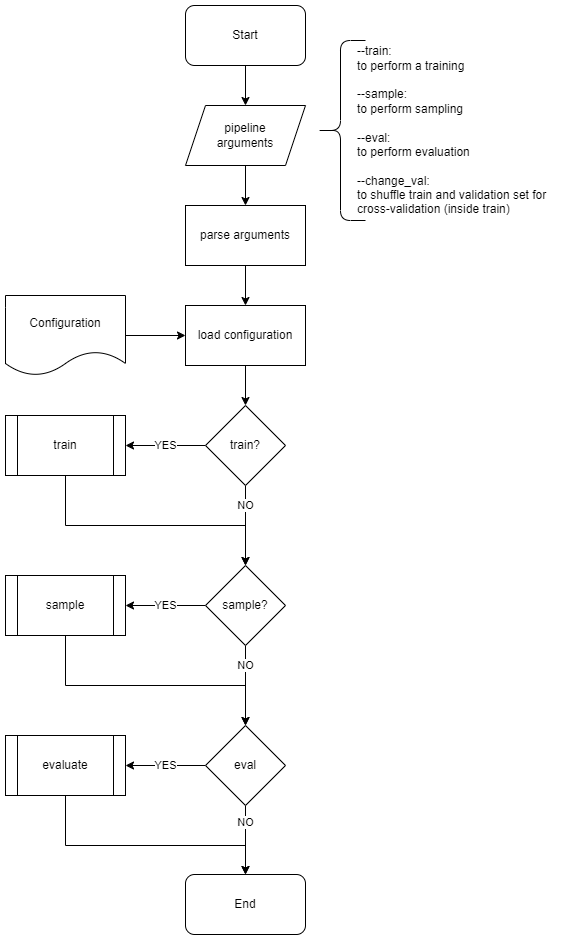
This is images/pipeline-ORIGINAL.png from SvenGroen/Masterarbeit, a draw.io export, as it was before one commit. Source tidied: cells renumbered, new cells last; positions are measured from the earlier drawing's top-left corner, leaving out a move shared by most shapes. The source it was exported from:
```xml
<mxGraphModel>
  <root>
    <mxCell id="0" />
    <mxCell id="1" parent="0" />
    <mxCell id="2" style="edgeStyle=orthogonalEdgeStyle;rounded=0;jettySize=auto;html=1;entryX=0.5;entryY=0;entryDx=0;entryDy=0;" parent="1" edge="1" source="3" target="8">
      <mxGeometry relative="1" as="geometry" />
    </mxCell>
    <mxCell id="3" value="Start" style="rounded=1;whiteSpace=wrap;html=1;" parent="1" vertex="1">
      <mxGeometry x="180" width="120" height="60" as="geometry" />
    </mxCell>
    <mxCell id="4" value="End" style="rounded=1;whiteSpace=wrap;html=1;" parent="1" vertex="1">
      <mxGeometry x="180" y="869" width="120" height="60" as="geometry" />
    </mxCell>
    <mxCell id="5" style="edgeStyle=orthogonalEdgeStyle;rounded=0;jettySize=auto;html=1;" parent="1" edge="1" source="6" target="12">
      <mxGeometry relative="1" as="geometry" />
    </mxCell>
    <mxCell id="6" value="Configuration" style="shape=document;whiteSpace=wrap;html=1;boundedLbl=1;" parent="1" vertex="1">
      <mxGeometry y="290" width="120" height="80" as="geometry" />
    </mxCell>
    <mxCell id="7" style="edgeStyle=orthogonalEdgeStyle;rounded=0;jettySize=auto;html=1;entryX=0.5;entryY=0;entryDx=0;entryDy=0;" parent="1" edge="1" source="8" target="10">
      <mxGeometry relative="1" as="geometry" />
    </mxCell>
    <mxCell id="8" value="pipeline &lt;br&gt;arguments" style="shape=parallelogram;perimeter=parallelogramPerimeter;whiteSpace=wrap;html=1;fixedSize=1;" parent="1" vertex="1">
      <mxGeometry x="180" y="100" width="120" height="60" as="geometry" />
    </mxCell>
    <mxCell id="9" style="edgeStyle=orthogonalEdgeStyle;rounded=0;jettySize=auto;html=1;entryX=0.5;entryY=0;entryDx=0;entryDy=0;" parent="1" edge="1" source="10" target="12">
      <mxGeometry relative="1" as="geometry" />
    </mxCell>
    <mxCell id="10" value="parse arguments" style="rounded=0;whiteSpace=wrap;html=1;" parent="1" vertex="1">
      <mxGeometry x="180" y="200" width="120" height="60" as="geometry" />
    </mxCell>
    <mxCell id="11" style="edgeStyle=orthogonalEdgeStyle;rounded=0;jettySize=auto;html=1;entryX=0.5;entryY=0;entryDx=0;entryDy=0;" parent="1" edge="1" source="12" target="15">
      <mxGeometry relative="1" as="geometry" />
    </mxCell>
    <mxCell id="12" value="load configuration" style="rounded=0;whiteSpace=wrap;html=1;" parent="1" vertex="1">
      <mxGeometry x="180" y="300" width="120" height="60" as="geometry" />
    </mxCell>
    <mxCell id="13" value="YES" style="edgeStyle=orthogonalEdgeStyle;rounded=0;jettySize=auto;html=1;entryX=1;entryY=0.5;entryDx=0;entryDy=0;" parent="1" edge="1" source="15" target="26">
      <mxGeometry relative="1" as="geometry" />
    </mxCell>
    <mxCell id="14" value="NO" style="edgeStyle=orthogonalEdgeStyle;rounded=0;jettySize=auto;html=1;entryX=0.5;entryY=0;entryDx=0;entryDy=0;startArrow=none;exitX=0.5;exitY=1;exitDx=0;exitDy=0;" parent="1" edge="1" source="15" target="18">
      <mxGeometry x="-0.5" relative="1" as="geometry" />
    </mxCell>
    <mxCell id="15" value="train?" style="rhombus;whiteSpace=wrap;html=1;" parent="1" vertex="1">
      <mxGeometry x="200" y="400" width="80" height="80" as="geometry" />
    </mxCell>
    <mxCell id="16" value="YES" style="edgeStyle=orthogonalEdgeStyle;rounded=0;jettySize=auto;html=1;entryX=1;entryY=0.5;entryDx=0;entryDy=0;" parent="1" edge="1" source="18">
      <mxGeometry relative="1" as="geometry">
        <mxPoint x="120" y="600" as="targetPoint" />
      </mxGeometry>
    </mxCell>
    <mxCell id="17" value="NO" style="edgeStyle=orthogonalEdgeStyle;rounded=0;jettySize=auto;html=1;entryX=0.5;entryY=0;entryDx=0;entryDy=0;" parent="1" edge="1" source="18" target="23">
      <mxGeometry x="-0.5" relative="1" as="geometry" />
    </mxCell>
    <mxCell id="18" value="sample?" style="rhombus;whiteSpace=wrap;html=1;" parent="1" vertex="1">
      <mxGeometry x="200" y="560" width="80" height="80" as="geometry" />
    </mxCell>
    <mxCell id="19" style="edgeStyle=orthogonalEdgeStyle;rounded=0;jettySize=auto;html=1;entryX=0.5;entryY=0;entryDx=0;entryDy=0;exitX=0.5;exitY=1;exitDx=0;exitDy=0;" parent="1" edge="1" source="26" target="18">
      <mxGeometry relative="1" as="geometry">
        <Array as="points">
          <mxPoint x="60" y="520" />
          <mxPoint x="240" y="520" />
        </Array>
      </mxGeometry>
    </mxCell>
    <mxCell id="20" style="edgeStyle=orthogonalEdgeStyle;rounded=0;jettySize=auto;html=1;entryX=0.5;entryY=0;entryDx=0;entryDy=0;exitX=0.5;exitY=1;exitDx=0;exitDy=0;" parent="1" edge="1" source="27" target="23">
      <mxGeometry relative="1" as="geometry">
        <Array as="points">
          <mxPoint x="60" y="680" />
          <mxPoint x="240" y="680" />
        </Array>
      </mxGeometry>
    </mxCell>
    <mxCell id="21" value="YES" style="edgeStyle=orthogonalEdgeStyle;rounded=0;jettySize=auto;html=1;entryX=1;entryY=0.5;entryDx=0;entryDy=0;" parent="1" edge="1" source="23" target="29">
      <mxGeometry relative="1" as="geometry" />
    </mxCell>
    <mxCell id="22" value="NO" style="edgeStyle=orthogonalEdgeStyle;rounded=0;jettySize=auto;html=1;" parent="1" edge="1" source="23" target="4">
      <mxGeometry x="-0.5" relative="1" as="geometry">
        <Array as="points">
          <mxPoint x="240" y="820" />
          <mxPoint x="240" y="820" />
        </Array>
      </mxGeometry>
    </mxCell>
    <mxCell id="23" value="eval" style="rhombus;whiteSpace=wrap;html=1;" parent="1" vertex="1">
      <mxGeometry x="200" y="720" width="80" height="80" as="geometry" />
    </mxCell>
    <mxCell id="24" style="shape=curlyBracket;whiteSpace=wrap;html=1;rounded=1;labelPosition=left;verticalLabelPosition=middle;align=right;verticalAlign=middle;" parent="1" vertex="1">
      <mxGeometry x="310" y="35" width="50" height="180" as="geometry" />
    </mxCell>
    <mxCell id="25" value="--train:&lt;br&gt;to perform a training&lt;br&gt;&lt;br&gt;--sample:&lt;br&gt;to perform sampling&lt;br&gt;&lt;br&gt;--eval:&lt;br&gt;to perform evaluation&lt;br&gt;&lt;br&gt;--change_val:&lt;br&gt;&lt;div style=&quot;&quot;&gt;&lt;span style=&quot;background-color: initial;&quot;&gt;to shuffle train and validation set for cross-validation (inside train)&lt;/span&gt;&lt;/div&gt;" style="text;html=1;strokeColor=none;fillColor=none;align=left;verticalAlign=middle;whiteSpace=wrap;rounded=0;" parent="1" vertex="1">
      <mxGeometry x="350" y="35" width="200" height="180" as="geometry" />
    </mxCell>
    <mxCell id="26" value="train" style="shape=process;whiteSpace=wrap;html=1;backgroundOutline=1;" parent="1" vertex="1">
      <mxGeometry y="410" width="120" height="60" as="geometry" />
    </mxCell>
    <mxCell id="27" value="sample" style="shape=process;whiteSpace=wrap;html=1;backgroundOutline=1;" parent="1" vertex="1">
      <mxGeometry y="570" width="120" height="60" as="geometry" />
    </mxCell>
    <mxCell id="28" style="edgeStyle=orthogonalEdgeStyle;rounded=0;jettySize=auto;html=1;entryX=0.5;entryY=0;entryDx=0;entryDy=0;" parent="1" edge="1" source="29" target="4">
      <mxGeometry relative="1" as="geometry">
        <Array as="points">
          <mxPoint x="60" y="840" />
          <mxPoint x="240" y="840" />
        </Array>
      </mxGeometry>
    </mxCell>
    <mxCell id="29" value="evaluate" style="shape=process;whiteSpace=wrap;html=1;backgroundOutline=1;" parent="1" vertex="1">
      <mxGeometry y="730" width="120" height="60" as="geometry" />
    </mxCell>
  </root>
</mxGraphModel>
```
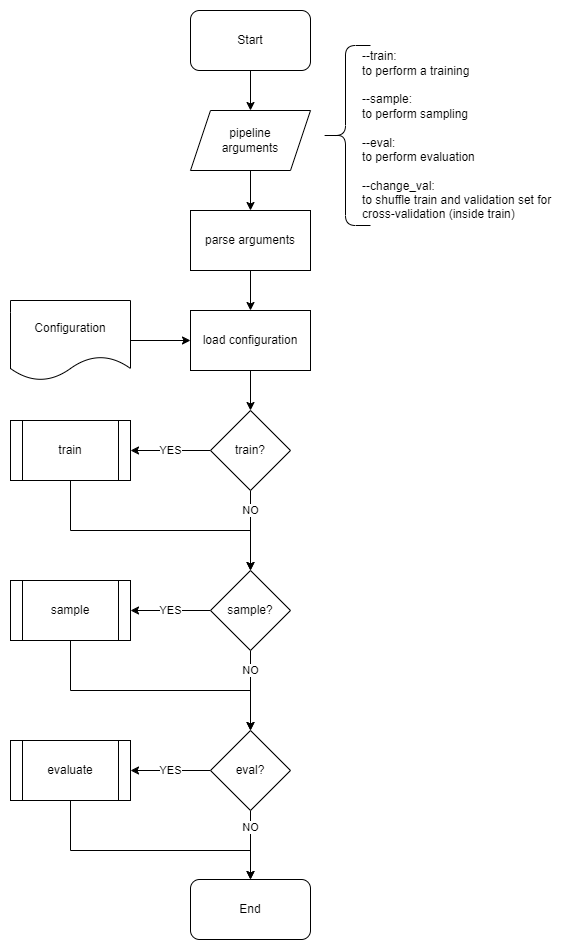
After the change.

What changed in the source:
```diff
@@ -82,7 +82,7 @@
         </Array>
       </mxGeometry>
     </mxCell>
-    <mxCell id="23" value="eval" style="rhombus;whiteSpace=wrap;html=1;" parent="1" vertex="1">
+    <mxCell id="23" value="eval?" style="rhombus;whiteSpace=wrap;html=1;" parent="1" vertex="1">
       <mxGeometry x="200" y="720" width="80" height="80" as="geometry" />
     </mxCell>
     <mxCell id="24" style="shape=curlyBracket;whiteSpace=wrap;html=1;rounded=1;labelPosition=left;verticalLabelPosition=middle;align=right;verticalAlign=middle;" parent="1" vertex="1">
```
